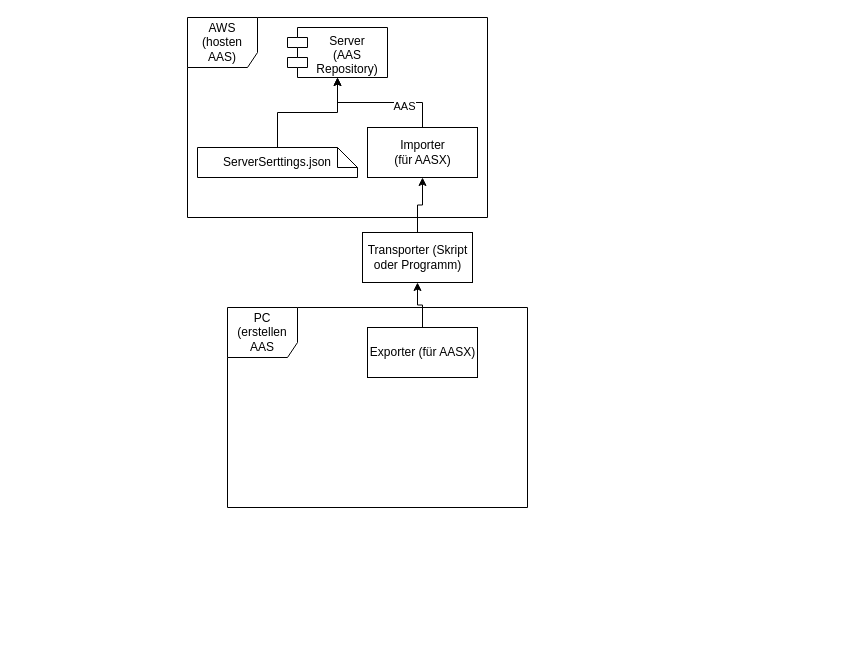
The draw.io diagram FinalProject.drawio in LucRome/T2000, before the edit. Source tidied: cells renumbered, new cells numbered last; positions are measured from the earlier drawing's top-left corner, leaving out a move shared by most shapes. Both pictures are drawn from the tidied source at 100%, with x=0, y=0 at pixel (187, 17).
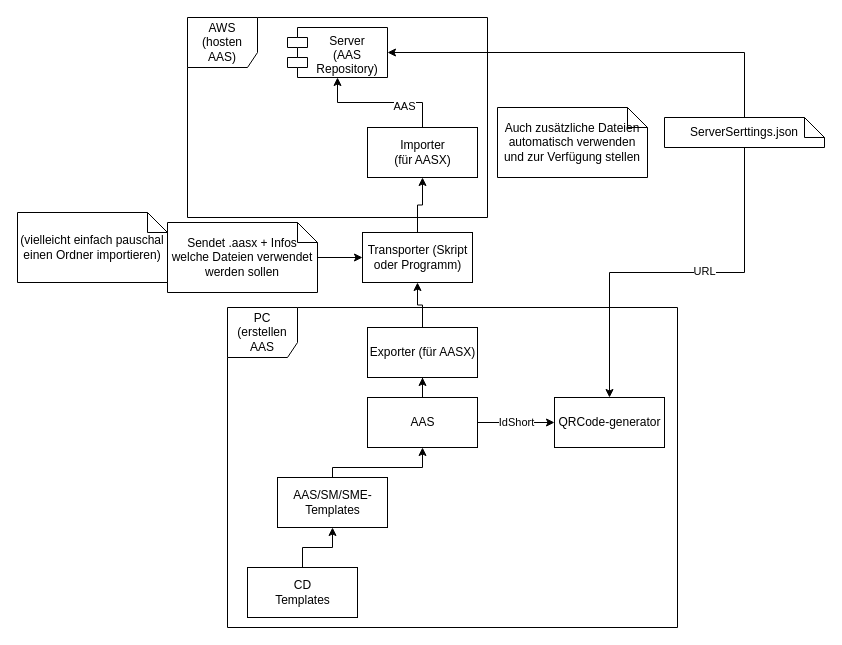
The same diagram, later.

The change refers to these unchanged cells:
```xml
<mxCell id="3" value="Server&#10;(AAS&#10;Repository)" style="shape=module;align=left;spacingLeft=20;align=center;verticalAlign=top;" parent="1" vertex="1">
  <mxGeometry x="100" y="10" width="100" height="50" as="geometry" />
</mxCell>
<mxCell id="11" value="Exporter (für AASX)" style="html=1;" parent="1" vertex="1">
  <mxGeometry x="180" y="310" width="110" height="50" as="geometry" />
</mxCell>
<mxCell id="12" value="&lt;div&gt;Transporter (Skript &lt;br&gt;&lt;/div&gt;&lt;div&gt;oder Programm)&lt;/div&gt;" style="html=1;" parent="1" vertex="1">
  <mxGeometry x="175" y="215" width="110" height="50" as="geometry" />
</mxCell>
```

What changed in the source:
```diff
@@
     <mxCell id="4" style="edgeStyle=orthogonalEdgeStyle;rounded=0;jettySize=auto;html=1;exitX=0.5;exitY=0;exitDx=0;exitDy=0;exitPerimeter=0;" parent="1" edge="1" source="5" target="3">
-      <mxGeometry relative="1" as="geometry" />
+      <mxGeometry relative="1" as="geometry">
+        <Array as="points">
+          <mxPoint x="557" y="35" />
+        </Array>
+      </mxGeometry>
     </mxCell>
+    <mxCell id="14" style="edgeStyle=orthogonalEdgeStyle;rounded=0;jettySize=auto;html=1;exitX=0.5;exitY=1;exitDx=0;exitDy=0;exitPerimeter=0;" parent="1" edge="1" source="5" target="27">
+      <mxGeometry relative="1" as="geometry" />
+    </mxCell>
+    <mxCell id="15" value="URL" style="edgeLabel;html=1;align=center;verticalAlign=middle;" parent="14" vertex="1">
+      <mxGeometry x="-0.14" y="-2" relative="1" as="geometry" />
+    </mxCell>
     <mxCell id="5" value="ServerSerttings.json" style="shape=note;size=20;whiteSpace=wrap;html=1;" parent="1" vertex="1">
-      <mxGeometry x="10" y="130" width="160" height="30" as="geometry" />
+      <mxGeometry x="477" y="100" width="160" height="30" as="geometry" />
     </mxCell>
     <mxCell id="6" value="&lt;div&gt;PC&lt;/div&gt;&lt;div&gt;(erstellen&lt;/div&gt;&lt;div&gt;AAS&lt;br&gt;&lt;/div&gt;" style="shape=umlFrame;whiteSpace=wrap;html=1;width=70;height=50;" parent="1" vertex="1">
-      <mxGeometry x="40" y="290" width="300" height="200" as="geometry" />
+      <mxGeometry x="40" y="290" width="450" height="320" as="geometry" />
     </mxCell>
@@
+    <mxCell id="16" style="edgeStyle=orthogonalEdgeStyle;rounded=0;jettySize=auto;html=1;" parent="1" edge="1" source="17" target="19">
+      <mxGeometry relative="1" as="geometry" />
+    </mxCell>
+    <mxCell id="17" value="CD&lt;br&gt;&lt;div&gt;Templates&lt;/div&gt;" style="html=1;" parent="1" vertex="1">
+      <mxGeometry x="60" y="550" width="110" height="50" as="geometry" />
+    </mxCell>
+    <mxCell id="18" style="edgeStyle=orthogonalEdgeStyle;rounded=0;jettySize=auto;html=1;exitX=0.5;exitY=0;exitDx=0;exitDy=0;" parent="1" edge="1" source="19" target="22">
+      <mxGeometry relative="1" as="geometry">
+        <Array as="points">
+          <mxPoint x="145" y="450" />
+          <mxPoint x="235" y="450" />
+        </Array>
+      </mxGeometry>
+    </mxCell>
+    <mxCell id="19" value="&lt;div&gt;AAS/SM/SME-&lt;/div&gt;&lt;div&gt;Templates&lt;br&gt;&lt;/div&gt;" style="html=1;" parent="1" vertex="1">
+      <mxGeometry x="90" y="460" width="110" height="50" as="geometry" />
+    </mxCell>
+    <mxCell id="20" style="edgeStyle=orthogonalEdgeStyle;rounded=0;jettySize=auto;html=1;exitX=0.5;exitY=0;exitDx=0;exitDy=0;" parent="1" edge="1" source="22" target="11">
+      <mxGeometry relative="1" as="geometry" />
+    </mxCell>
+    <mxCell id="21" value="IdShort" style="edgeStyle=orthogonalEdgeStyle;rounded=0;jettySize=auto;html=1;" parent="1" edge="1" source="22" target="27">
+      <mxGeometry relative="1" as="geometry" />
+    </mxCell>
+    <mxCell id="22" value="AAS" style="html=1;" parent="1" vertex="1">
+      <mxGeometry x="180" y="380" width="110" height="50" as="geometry" />
+    </mxCell>
+    <mxCell id="23" style="edgeStyle=orthogonalEdgeStyle;rounded=0;jettySize=auto;html=1;" parent="1" edge="1" source="24" target="12">
+      <mxGeometry relative="1" as="geometry" />
+    </mxCell>
+    <mxCell id="24" value="Sendet .aasx + Infos welche Dateien verwendet werden sollen" style="shape=note;size=20;whiteSpace=wrap;html=1;" parent="1" vertex="1">
+      <mxGeometry x="-20" y="205" width="150" height="70" as="geometry" />
+    </mxCell>
+    <mxCell id="25" value="(vielleicht einfach pauschal einen Ordner importieren)" style="shape=note;size=20;whiteSpace=wrap;html=1;" parent="1" vertex="1">
+      <mxGeometry x="-170" y="195" width="150" height="70" as="geometry" />
+    </mxCell>
+    <mxCell id="26" value="Auch zusätzliche Dateien automatisch verwenden und zur Verfügung stellen" style="shape=note;size=20;whiteSpace=wrap;html=1;" parent="1" vertex="1">
+      <mxGeometry x="310" y="90" width="150" height="70" as="geometry" />
+    </mxCell>
+    <mxCell id="27" value="QRCode-generator" style="html=1;" parent="1" vertex="1">
+      <mxGeometry x="367" y="380" width="110" height="50" as="geometry" />
+    </mxCell>
```
